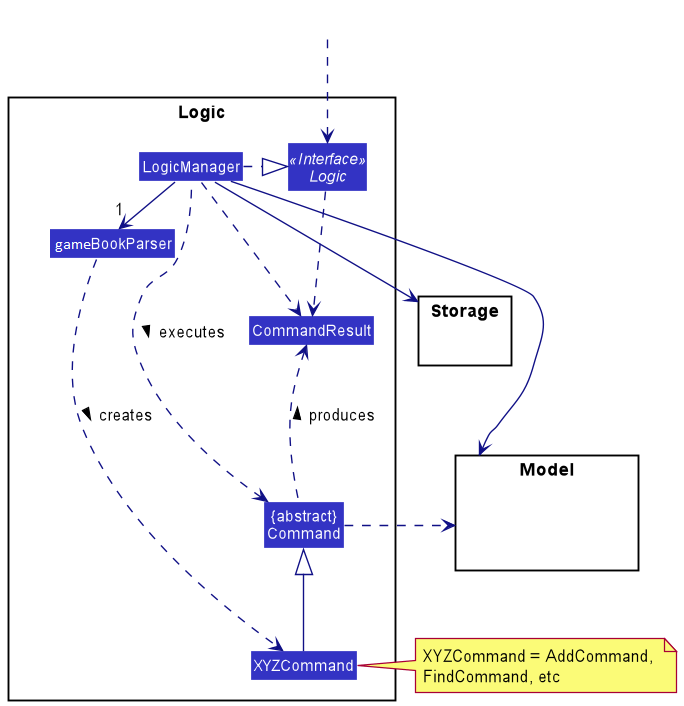
Earlier version of the PlantUML export docs/images/LogicClassDiagram.png (yzhilong/tp).
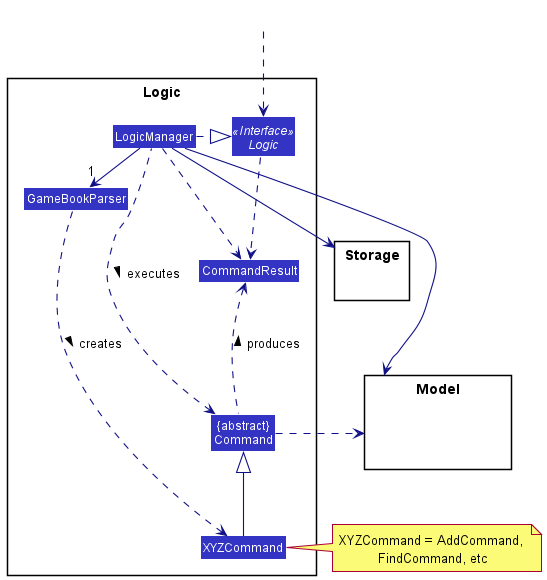
The same diagram one commit later.

Commit message:
Edit uml diagrams for logic component

Change to the diagram source:
```diff
@@ -6,7 +6,7 @@
 
 package Logic {
 
-Class AddressBookParser
+Class GameBookParser
 Class XYZCommand
 Class CommandResult
 Class "{abstract}\nCommand" as Command
@@ -27,8 +27,8 @@
 HiddenOutside ..> Logic
 
 LogicManager .right.|> Logic
-LogicManager -right->"1" AddressBookParser
-AddressBookParser ..> XYZCommand : creates >
+LogicManager -right->"1" GameBookParser
+GameBookParser ..> XYZCommand : creates >
 
 XYZCommand -up-|> Command
 LogicManager .left.> Command : executes >
```
